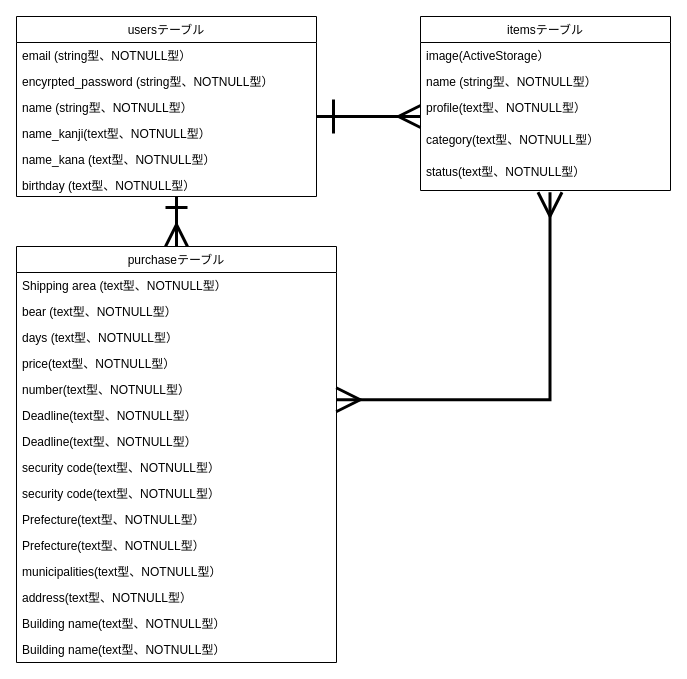
The draw.io diagram er図.dio in inoue1231/furima-36584, before the edit. Source tidied: cells renumbered, new cells numbered last; positions are measured from the earlier drawing's top-left corner, leaving out a move shared by most shapes. Both pictures are drawn from the tidied source at 100%, with x=0, y=0 at pixel (16, 16).
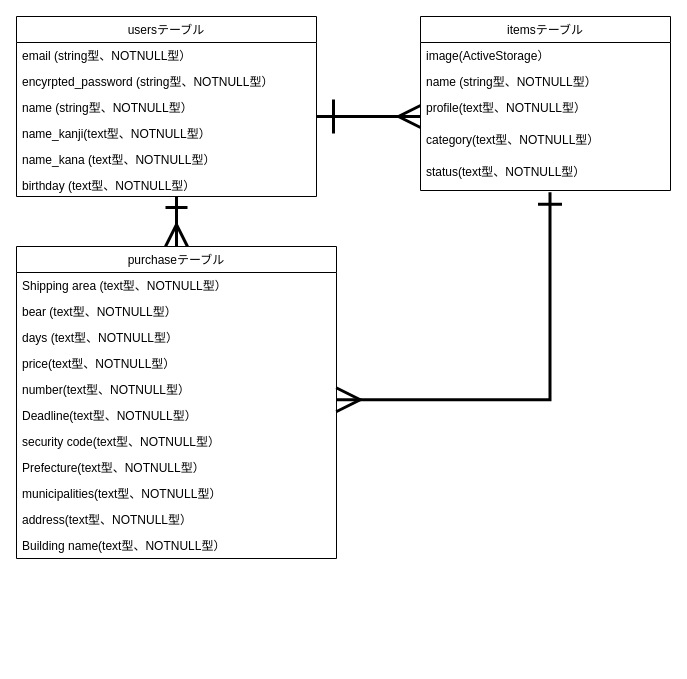
The same page after the edit.

The change refers to these unchanged cells:
```xml
<mxCell id="14" value="status(text型、NOTNULL型）" style="text;strokeColor=none;fillColor=none;align=left;verticalAlign=top;spacingLeft=4;spacingRight=4;overflow=hidden;points=[[0,0.5],[1,0.5]];portConstraint=eastwest;" parent="9" vertex="1">
  <mxGeometry y="142" width="250" height="32" as="geometry" />
</mxCell>
<mxCell id="23" value="Deadline(text型、NOTNULL型）" style="text;strokeColor=none;fillColor=none;align=left;verticalAlign=top;spacingLeft=4;spacingRight=4;overflow=hidden;points=[[0,0.5],[1,0.5]];portConstraint=eastwest;" parent="17" vertex="1">
  <mxGeometry y="156" width="320" height="26" as="geometry" />
</mxCell>
```

What changed in the source:
```diff
@@
     <mxCell id="17" value="purchaseテーブル" style="swimlane;fontStyle=0;horizontal=1;startSize=26;" parent="1" vertex="1">
-      <mxGeometry y="230" width="320" height="416" as="geometry" />
+      <mxGeometry y="230" width="320" height="312" as="geometry" />
     </mxCell>
@@
-    <mxCell id="24" value="Deadline(text型、NOTNULL型）" style="text;strokeColor=none;fillColor=none;align=left;verticalAlign=top;spacingLeft=4;spacingRight=4;overflow=hidden;" parent="17" vertex="1">
-      <mxGeometry y="182" width="320" height="26" as="geometry" />
-    </mxCell>
-    <mxCell id="25" value="security code(text型、NOTNULL型）" style="text;strokeColor=none;fillColor=none;align=left;verticalAlign=top;spacingLeft=4;spacingRight=4;overflow=hidden;" parent="17" vertex="1">
-      <mxGeometry y="208" width="320" height="26" as="geometry" />
-    </mxCell>
     <mxCell id="26" value="security code(text型、NOTNULL型）" style="text;strokeColor=none;fillColor=none;align=left;verticalAlign=top;spacingLeft=4;spacingRight=4;overflow=hidden;" parent="17" vertex="1">
-      <mxGeometry y="234" width="320" height="26" as="geometry" />
+      <mxGeometry y="182" width="320" height="26" as="geometry" />
     </mxCell>
-    <mxCell id="27" value="Prefecture(text型、NOTNULL型）" style="text;strokeColor=none;fillColor=none;align=left;verticalAlign=top;spacingLeft=4;spacingRight=4;overflow=hidden;" parent="17" vertex="1">
-      <mxGeometry y="260" width="320" height="26" as="geometry" />
-    </mxCell>
     <mxCell id="28" value="Prefecture(text型、NOTNULL型）" style="text;strokeColor=none;fillColor=none;align=left;verticalAlign=top;spacingLeft=4;spacingRight=4;overflow=hidden;" parent="17" vertex="1">
-      <mxGeometry y="286" width="320" height="26" as="geometry" />
+      <mxGeometry y="208" width="320" height="26" as="geometry" />
     </mxCell>
     <mxCell id="29" value="municipalities(text型、NOTNULL型）" style="text;strokeColor=none;fillColor=none;align=left;verticalAlign=top;spacingLeft=4;spacingRight=4;overflow=hidden;" parent="17" vertex="1">
-      <mxGeometry y="312" width="320" height="26" as="geometry" />
+      <mxGeometry y="234" width="320" height="26" as="geometry" />
     </mxCell>
     <mxCell id="30" value="address(text型、NOTNULL型）" style="text;strokeColor=none;fillColor=none;align=left;verticalAlign=top;spacingLeft=4;spacingRight=4;overflow=hidden;" parent="17" vertex="1">
-      <mxGeometry y="338" width="320" height="26" as="geometry" />
+      <mxGeometry y="260" width="320" height="26" as="geometry" />
     </mxCell>
-    <mxCell id="31" value="Building name(text型、NOTNULL型）" style="text;strokeColor=none;fillColor=none;align=left;verticalAlign=top;spacingLeft=4;spacingRight=4;overflow=hidden;" parent="17" vertex="1">
-      <mxGeometry y="364" width="320" height="26" as="geometry" />
-    </mxCell>
     <mxCell id="32" value="Building name(text型、NOTNULL型）" style="text;strokeColor=none;fillColor=none;align=left;verticalAlign=top;spacingLeft=4;spacingRight=4;overflow=hidden;" parent="17" vertex="1">
-      <mxGeometry y="390" width="320" height="26" as="geometry" />
+      <mxGeometry y="286" width="320" height="26" as="geometry" />
     </mxCell>
@@
-    <mxCell id="34" style="edgeStyle=orthogonalEdgeStyle;rounded=0;jettySize=auto;html=1;exitX=0.518;exitY=1.055;exitDx=0;exitDy=0;entryX=0.999;entryY=-0.106;entryDx=0;entryDy=0;entryPerimeter=0;exitPerimeter=0;endArrow=ERmany;endFill=0;startArrow=ERmany;startFill=0;endSize=20;startSize=20;strokeWidth=3;" parent="1" edge="1" source="14" target="23">
+    <mxCell id="34" style="edgeStyle=orthogonalEdgeStyle;rounded=0;jettySize=auto;html=1;exitX=0.518;exitY=1.055;exitDx=0;exitDy=0;entryX=0.999;entryY=-0.106;entryDx=0;entryDy=0;entryPerimeter=0;exitPerimeter=0;endArrow=ERmany;endFill=0;startArrow=ERone;startFill=0;endSize=20;startSize=20;strokeWidth=3;" parent="1" edge="1" source="14" target="23">
       <mxGeometry relative="1" as="geometry">
         <Array as="points">
           <mxPoint x="534" y="383" />
         </Array>
       </mxGeometry>
     </mxCell>
```
